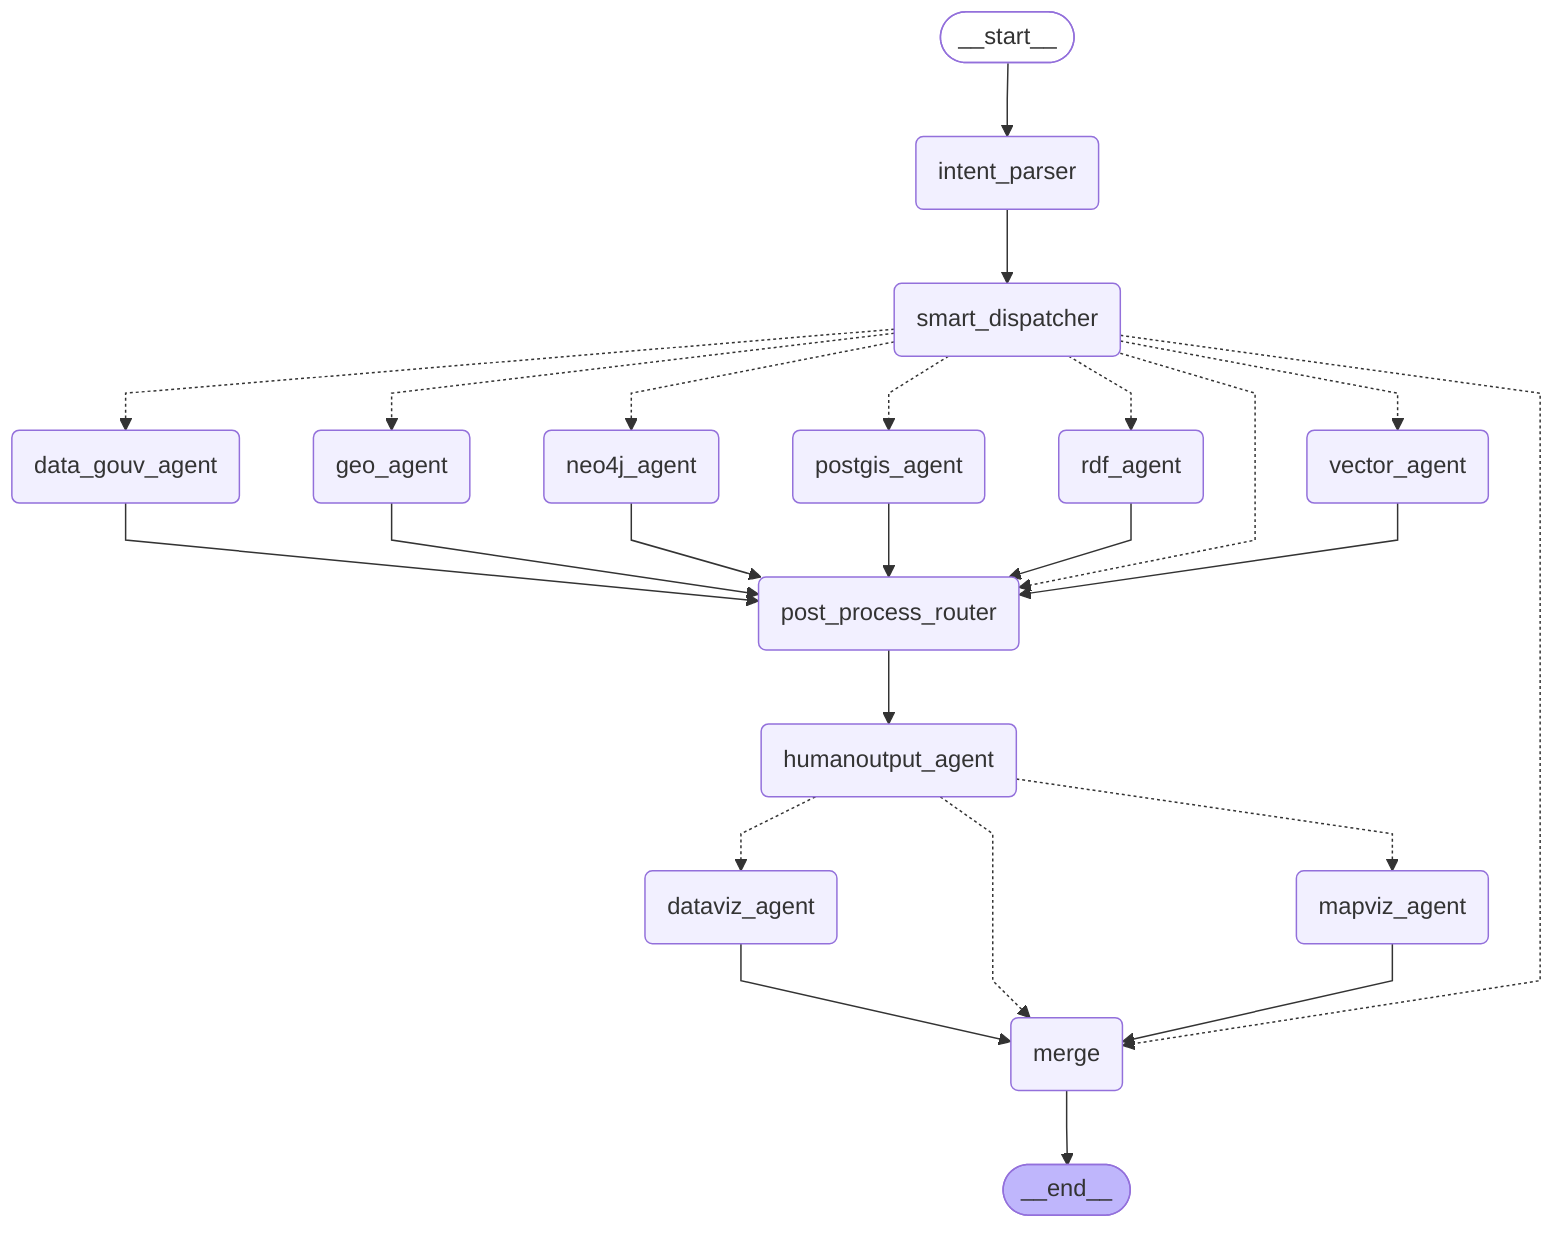
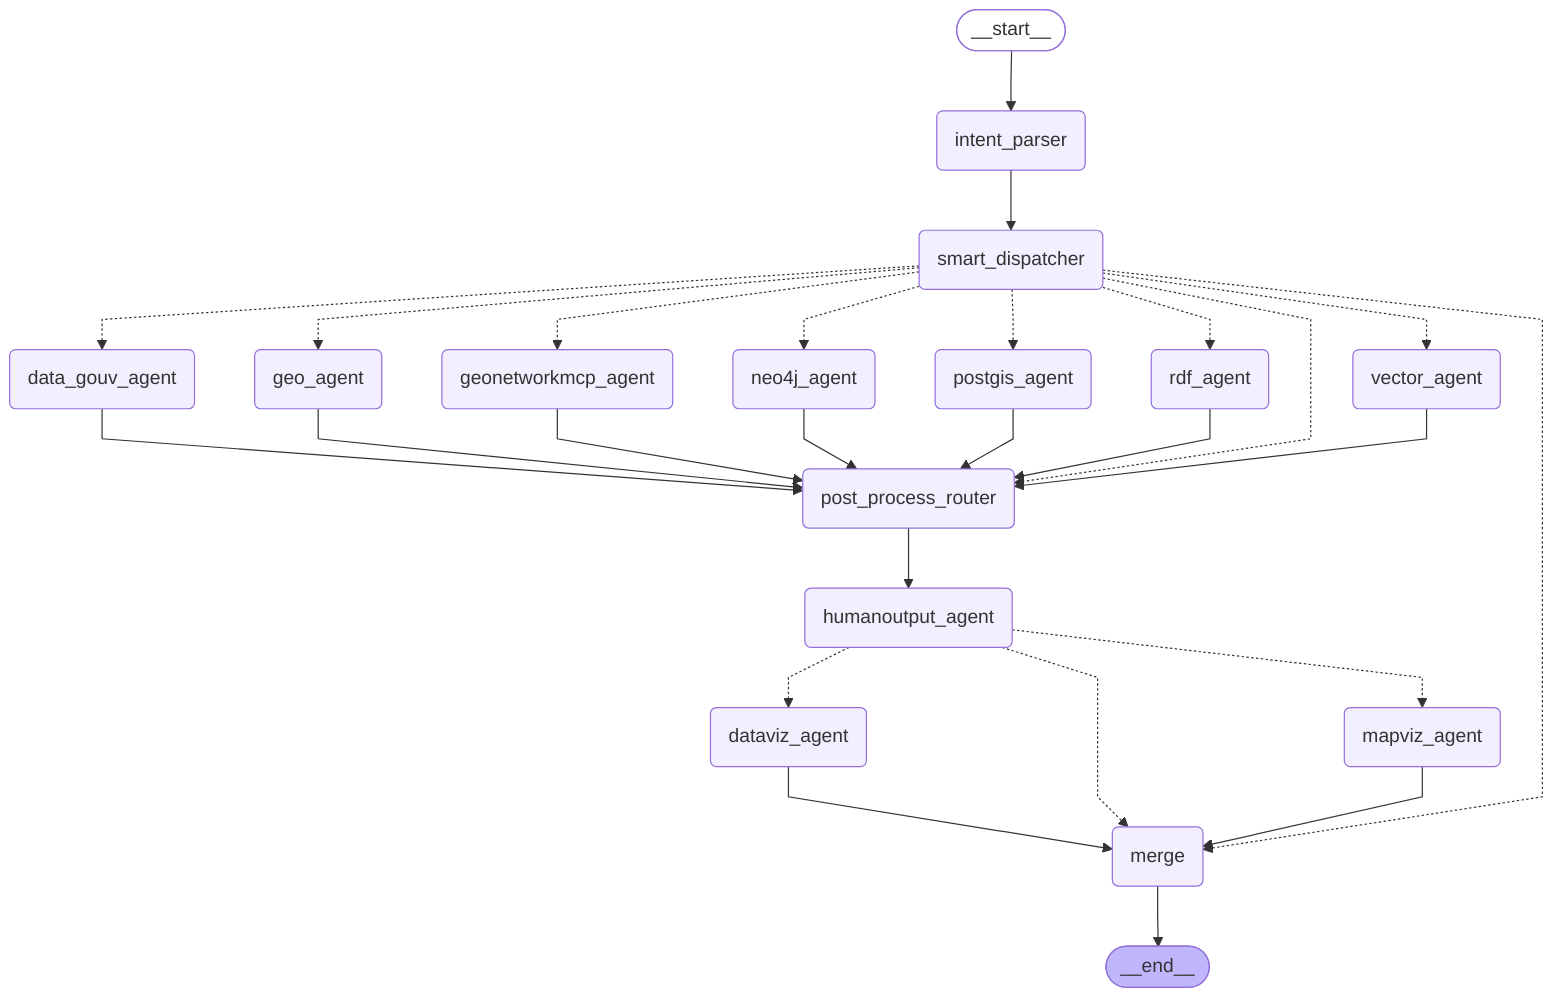
---
config:
  flowchart:
    curve: linear
---
graph TD;
	__start__([<p>__start__</p>]):::first
	merge(merge)
	post_process_router(post_process_router)
	mapviz_agent(mapviz_agent)
	dataviz_agent(dataviz_agent)
	humanoutput_agent(humanoutput_agent)
	neo4j_agent(neo4j_agent)
	rdf_agent(rdf_agent)
	vector_agent(vector_agent)
	postgis_agent(postgis_agent)
	data_gouv_agent(data_gouv_agent)
	geo_agent(geo_agent)
+ 	geonetworkmcp_agent(geonetworkmcp_agent)
	smart_dispatcher(smart_dispatcher)
	intent_parser(intent_parser)
	__end__([<p>__end__</p>]):::last
	__start__ --> intent_parser;
	data_gouv_agent --> post_process_router;
	dataviz_agent --> merge;
	geo_agent --> post_process_router;
+ 	geonetworkmcp_agent --> post_process_router;
	humanoutput_agent -.-> dataviz_agent;
	humanoutput_agent -.-> mapviz_agent;
	humanoutput_agent -.-> merge;
	intent_parser --> smart_dispatcher;
	mapviz_agent --> merge;
	neo4j_agent --> post_process_router;
	post_process_router --> humanoutput_agent;
	postgis_agent --> post_process_router;
	rdf_agent --> post_process_router;
	smart_dispatcher -.-> data_gouv_agent;
	smart_dispatcher -.-> geo_agent;
+ 	smart_dispatcher -.-> geonetworkmcp_agent;
	smart_dispatcher -.-> merge;
	smart_dispatcher -.-> neo4j_agent;
	smart_dispatcher -.-> post_process_router;
	smart_dispatcher -.-> postgis_agent;
	smart_dispatcher -.-> rdf_agent;
	smart_dispatcher -.-> vector_agent;
	vector_agent --> post_process_router;
	merge --> __end__;
	classDef default fill:#f2f0ff,line-height:1.2
	classDef first fill-opacity:0
	classDef last fill:#bfb6fc
